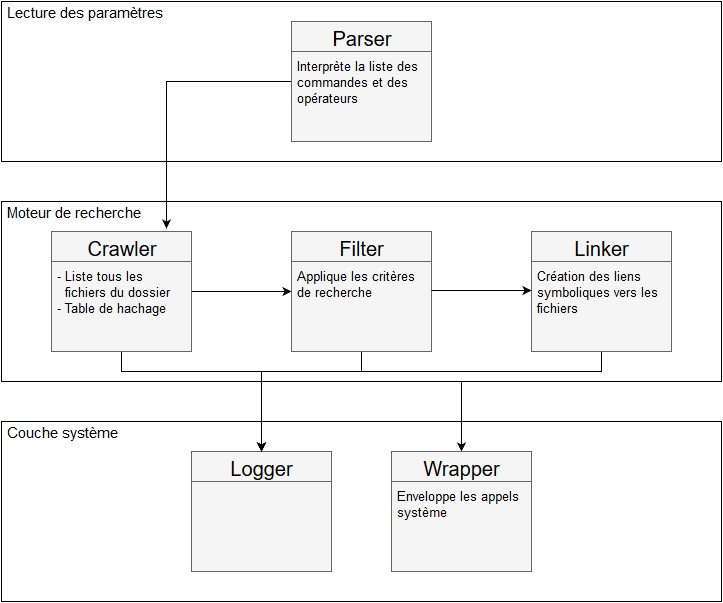
This is rapport/schemas/global.png from stevenliatti/smartfolder, a draw.io export, as it was before one commit. Source tidied: cells renumbered, new cells last; positions are measured from the earlier drawing's top-left corner, leaving out a move shared by most shapes. The source it was exported from:
```xml
<mxGraphModel background="#ffffff">
  <root>
    <mxCell id="0" />
    <mxCell id="1" parent="0" />
    <mxCell id="2" style="whiteSpace=wrap;html=1;spacing=2;" parent="1" vertex="1">
      <mxGeometry y="420" width="720" height="180" as="geometry" />
    </mxCell>
    <mxCell id="3" style="edgeStyle=orthogonalEdgeStyle;rounded=0;html=1;exitX=0.75;exitY=1;jettySize=auto;fontSize=15;" parent="1" edge="1" source="4" target="22">
      <mxGeometry relative="1" as="geometry">
        <Array as="points">
          <mxPoint x="460" y="380" />
        </Array>
      </mxGeometry>
    </mxCell>
    <mxCell id="4" style="whiteSpace=wrap;html=1;spacing=2;" parent="1" vertex="1">
      <mxGeometry y="200" width="720" height="180" as="geometry" />
    </mxCell>
    <mxCell id="5" value="Moteur de recherche&lt;br&gt;" style="text;html=1;align=left;verticalAlign=top;spacingTop=-4;points=[];spacing=4;spacingRight=0;spacingLeft=2;fontSize=15;" parent="1" vertex="1">
      <mxGeometry y="200" width="160" height="30" as="geometry" />
    </mxCell>
    <mxCell id="6" style="whiteSpace=wrap;html=1;spacing=2;" parent="1" vertex="1">
      <mxGeometry width="720" height="160" as="geometry" />
    </mxCell>
    <mxCell id="7" style="edgeStyle=orthogonalEdgeStyle;rounded=0;html=1;exitX=0;exitY=0.5;entryX=1.031;entryY=0.9;entryPerimeter=0;jettySize=auto;fontSize=13;" parent="1" edge="1" source="8" target="5">
      <mxGeometry relative="1" as="geometry" />
    </mxCell>
    <mxCell id="8" value="Parser" style="whiteSpace=wrap;html=1;fontSize=20;verticalAlign=top;labelBorderColor=none;fillColor=#f5f5f5;strokeColor=#666666;" parent="1" vertex="1">
      <mxGeometry x="290" y="20" width="140" height="120" as="geometry" />
    </mxCell>
    <mxCell id="9" style="line;strokeWidth=1;html=1;fontSize=20;spacing=2;spacingTop=8;fillColor=#f5f5f5;strokeColor=#666666;" parent="1" vertex="1">
      <mxGeometry x="290" y="45" width="140" height="10" as="geometry" />
    </mxCell>
    <mxCell id="10" style="edgeStyle=orthogonalEdgeStyle;rounded=0;html=1;exitX=1;exitY=0.5;entryX=0;entryY=0.5;jettySize=auto;fontSize=15;" parent="1" edge="1" source="12" target="17">
      <mxGeometry relative="1" as="geometry" />
    </mxCell>
    <mxCell id="11" style="edgeStyle=orthogonalEdgeStyle;rounded=0;html=1;exitX=0.5;exitY=1;entryX=0.5;entryY=0;jettySize=auto;fontSize=15;" parent="1" edge="1" source="12" target="14">
      <mxGeometry relative="1" as="geometry">
        <Array as="points">
          <mxPoint x="120" y="370" />
          <mxPoint x="260" y="370" />
        </Array>
      </mxGeometry>
    </mxCell>
    <mxCell id="12" value="Crawler" style="whiteSpace=wrap;html=1;fontSize=20;verticalAlign=top;labelBorderColor=none;fillColor=#f5f5f5;strokeColor=#666666;" parent="1" vertex="1">
      <mxGeometry x="50" y="230" width="140" height="120" as="geometry" />
    </mxCell>
    <mxCell id="13" style="line;strokeWidth=1;html=1;fontSize=20;spacing=2;spacingTop=8;fillColor=#f5f5f5;strokeColor=#666666;" parent="1" vertex="1">
      <mxGeometry x="50" y="255" width="140" height="10" as="geometry" />
    </mxCell>
    <mxCell id="14" value="Logger" style="whiteSpace=wrap;html=1;fontSize=20;verticalAlign=top;labelBorderColor=none;fillColor=#f5f5f5;strokeColor=#666666;" parent="1" vertex="1">
      <mxGeometry x="190" y="450" width="140" height="120" as="geometry" />
    </mxCell>
    <mxCell id="15" style="line;strokeWidth=1;html=1;fontSize=20;spacing=2;spacingTop=8;fillColor=#f5f5f5;strokeColor=#666666;" parent="1" vertex="1">
      <mxGeometry x="190" y="475" width="140" height="10" as="geometry" />
    </mxCell>
    <mxCell id="16" style="edgeStyle=orthogonalEdgeStyle;rounded=0;html=1;exitX=0.5;exitY=1;jettySize=auto;fontSize=15;" parent="1" edge="1" source="17">
      <mxGeometry relative="1" as="geometry">
        <mxPoint x="260" y="450" as="targetPoint" />
        <Array as="points">
          <mxPoint x="360" y="370" />
          <mxPoint x="260" y="370" />
        </Array>
      </mxGeometry>
    </mxCell>
    <mxCell id="17" value="Filter" style="whiteSpace=wrap;html=1;fontSize=20;verticalAlign=top;labelBorderColor=none;fillColor=#f5f5f5;strokeColor=#666666;" parent="1" vertex="1">
      <mxGeometry x="290" y="230" width="140" height="120" as="geometry" />
    </mxCell>
    <mxCell id="18" style="line;strokeWidth=1;html=1;fontSize=20;spacing=2;spacingTop=8;fillColor=#f5f5f5;strokeColor=#666666;" parent="1" vertex="1">
      <mxGeometry x="290" y="255" width="140" height="10" as="geometry" />
    </mxCell>
    <mxCell id="19" style="edgeStyle=orthogonalEdgeStyle;rounded=0;html=1;exitX=0.5;exitY=1;jettySize=auto;fontSize=15;" parent="1" edge="1" source="20">
      <mxGeometry relative="1" as="geometry">
        <mxPoint x="260" y="450" as="targetPoint" />
        <Array as="points">
          <mxPoint x="600" y="370" />
          <mxPoint x="260" y="370" />
        </Array>
      </mxGeometry>
    </mxCell>
    <mxCell id="20" value="Linker" style="whiteSpace=wrap;html=1;fontSize=20;verticalAlign=top;labelBorderColor=none;fillColor=#f5f5f5;strokeColor=#666666;" parent="1" vertex="1">
      <mxGeometry x="530" y="230" width="140" height="120" as="geometry" />
    </mxCell>
    <mxCell id="21" style="line;strokeWidth=1;html=1;fontSize=20;spacing=2;spacingTop=8;fillColor=#f5f5f5;strokeColor=#666666;" parent="1" vertex="1">
      <mxGeometry x="530" y="255" width="140" height="10" as="geometry" />
    </mxCell>
    <mxCell id="22" value="Wrapper" style="whiteSpace=wrap;html=1;fontSize=20;verticalAlign=top;labelBorderColor=none;fillColor=#f5f5f5;strokeColor=#666666;" parent="1" vertex="1">
      <mxGeometry x="390" y="450" width="140" height="120" as="geometry" />
    </mxCell>
    <mxCell id="23" style="line;strokeWidth=1;html=1;fontSize=20;spacing=2;spacingTop=8;fillColor=#f5f5f5;strokeColor=#666666;" parent="1" vertex="1">
      <mxGeometry x="390" y="475" width="140" height="10" as="geometry" />
    </mxCell>
    <mxCell id="24" value="Lecture des paramètres&lt;br&gt;" style="text;html=1;align=left;verticalAlign=top;spacingTop=-4;spacing=4;spacingRight=0;spacingLeft=2;fontSize=15;" parent="1" vertex="1">
      <mxGeometry width="180" height="30" as="geometry" />
    </mxCell>
    <mxCell id="25" value="Couche système&lt;br&gt;" style="text;html=1;align=left;verticalAlign=top;spacingTop=-4;spacing=4;spacingRight=0;spacingLeft=2;fontSize=15;" parent="1" vertex="1">
      <mxGeometry y="420" width="140" height="30" as="geometry" />
    </mxCell>
    <mxCell id="26" style="edgeStyle=orthogonalEdgeStyle;rounded=0;html=1;exitX=1;exitY=0.5;entryX=0;entryY=0.5;jettySize=auto;orthogonalLoop=1;fontSize=15;" parent="1" edge="1">
      <mxGeometry x="470" y="329" as="geometry">
        <mxPoint x="430" y="289" as="sourcePoint" />
        <mxPoint x="530" y="289" as="targetPoint" />
        <Array as="points">
          <mxPoint x="490" y="289" />
          <mxPoint x="490" y="289" />
        </Array>
      </mxGeometry>
    </mxCell>
    <mxCell id="27" value="Enveloppe les appels&lt;br&gt;système&lt;br&gt;" style="text;html=1;align=left;verticalAlign=top;spacingTop=-4;spacing=4;spacingRight=0;spacingLeft=2;fontSize=13;" parent="1" vertex="1">
      <mxGeometry x="390" y="485" width="150" height="40" as="geometry" />
    </mxCell>
    <mxCell id="28" value="- Liste tous les&lt;br&gt;&amp;nbsp; fichiers du dossier&lt;br&gt;- Table de hachage&lt;br&gt;" style="text;html=1;align=left;verticalAlign=top;spacingTop=-4;spacing=4;spacingRight=0;spacingLeft=2;fontSize=13;" parent="1" vertex="1">
      <mxGeometry x="50" y="265" width="140" height="60" as="geometry" />
    </mxCell>
    <mxCell id="29" value="Applique les critères&lt;br&gt;de recherche&lt;br&gt;" style="text;html=1;align=left;verticalAlign=top;spacingTop=-4;spacing=4;spacingRight=0;spacingLeft=2;fontSize=13;" parent="1" vertex="1">
      <mxGeometry x="290" y="265" width="140" height="40" as="geometry" />
    </mxCell>
    <mxCell id="30" value="Création des liens&lt;br&gt;symboliques vers les&lt;br&gt;fichiers&lt;br&gt;" style="text;html=1;align=left;verticalAlign=top;spacingTop=-4;spacing=4;spacingRight=0;spacingLeft=2;fontSize=13;" parent="1" vertex="1">
      <mxGeometry x="530" y="265" width="150" height="60" as="geometry" />
    </mxCell>
    <mxCell id="31" value="Interprète la liste des &lt;br&gt;commandes et des &lt;br&gt;opérateurs&lt;br&gt;" style="text;html=1;align=left;verticalAlign=top;spacingTop=-4;spacing=4;spacingRight=0;spacingLeft=2;fontSize=13;" parent="1" vertex="1">
      <mxGeometry x="290" y="55" width="150" height="60" as="geometry" />
    </mxCell>
  </root>
</mxGraphModel>
```
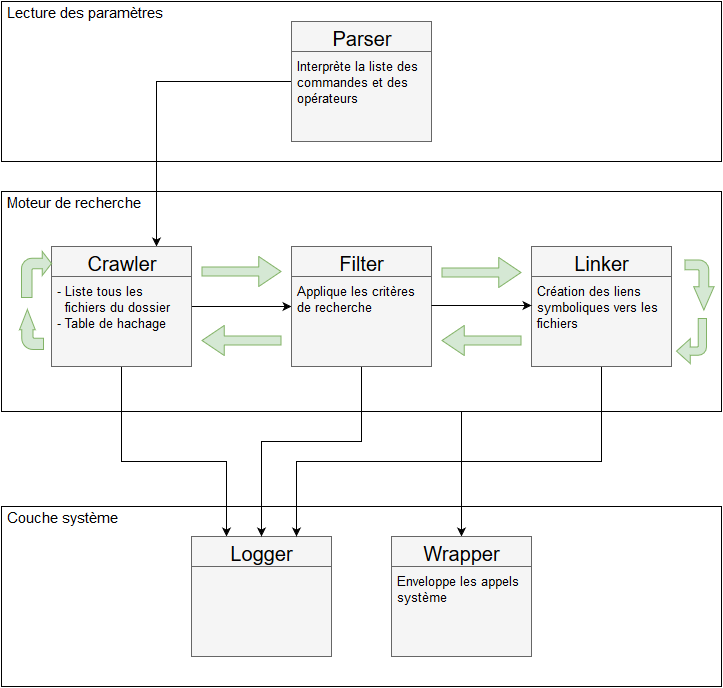
The same file after the commit.

The edit, as a diff of the source:
```diff
@@ -3,7 +3,7 @@
     <mxCell id="0" />
     <mxCell id="1" parent="0" />
     <mxCell id="2" style="whiteSpace=wrap;html=1;spacing=2;" parent="1" vertex="1">
-      <mxGeometry y="420" width="720" height="180" as="geometry" />
+      <mxGeometry y="505" width="720" height="180" as="geometry" />
     </mxCell>
     <mxCell id="3" style="edgeStyle=orthogonalEdgeStyle;rounded=0;html=1;exitX=0.75;exitY=1;jettySize=auto;fontSize=15;" parent="1" edge="1" source="4" target="22">
       <mxGeometry relative="1" as="geometry">
@@ -13,16 +13,20 @@
       </mxGeometry>
     </mxCell>
     <mxCell id="4" style="whiteSpace=wrap;html=1;spacing=2;" parent="1" vertex="1">
-      <mxGeometry y="200" width="720" height="180" as="geometry" />
+      <mxGeometry y="190" width="720" height="220" as="geometry" />
     </mxCell>
     <mxCell id="5" value="Moteur de recherche&lt;br&gt;" style="text;html=1;align=left;verticalAlign=top;spacingTop=-4;points=[];spacing=4;spacingRight=0;spacingLeft=2;fontSize=15;" parent="1" vertex="1">
-      <mxGeometry y="200" width="160" height="30" as="geometry" />
+      <mxGeometry y="190" width="160" height="30" as="geometry" />
     </mxCell>
     <mxCell id="6" style="whiteSpace=wrap;html=1;spacing=2;" parent="1" vertex="1">
       <mxGeometry width="720" height="160" as="geometry" />
     </mxCell>
-    <mxCell id="7" style="edgeStyle=orthogonalEdgeStyle;rounded=0;html=1;exitX=0;exitY=0.5;entryX=1.031;entryY=0.9;entryPerimeter=0;jettySize=auto;fontSize=13;" parent="1" edge="1" source="8" target="5">
-      <mxGeometry relative="1" as="geometry" />
+    <mxCell id="7" style="edgeStyle=orthogonalEdgeStyle;rounded=0;html=1;exitX=0;exitY=0.5;entryX=0.75;entryY=0;jettySize=auto;fontSize=13;" parent="1" edge="1" source="8" target="12">
+      <mxGeometry relative="1" as="geometry">
+        <Array as="points">
+          <mxPoint x="155" y="80" />
+        </Array>
+      </mxGeometry>
     </mxCell>
     <mxCell id="8" value="Parser" style="whiteSpace=wrap;html=1;fontSize=20;verticalAlign=top;labelBorderColor=none;fillColor=#f5f5f5;strokeColor=#666666;" parent="1" vertex="1">
       <mxGeometry x="290" y="20" width="140" height="120" as="geometry" />
@@ -33,92 +37,126 @@
     <mxCell id="10" style="edgeStyle=orthogonalEdgeStyle;rounded=0;html=1;exitX=1;exitY=0.5;entryX=0;entryY=0.5;jettySize=auto;fontSize=15;" parent="1" edge="1" source="12" target="17">
       <mxGeometry relative="1" as="geometry" />
     </mxCell>
-    <mxCell id="11" style="edgeStyle=orthogonalEdgeStyle;rounded=0;html=1;exitX=0.5;exitY=1;entryX=0.5;entryY=0;jettySize=auto;fontSize=15;" parent="1" edge="1" source="12" target="14">
+    <mxCell id="11" style="edgeStyle=orthogonalEdgeStyle;rounded=0;html=1;exitX=0.5;exitY=1;entryX=0.25;entryY=0;jettySize=auto;fontSize=13;" parent="1" edge="1" source="12" target="14">
       <mxGeometry relative="1" as="geometry">
         <Array as="points">
-          <mxPoint x="120" y="370" />
-          <mxPoint x="260" y="370" />
+          <mxPoint x="120" y="460" />
+          <mxPoint x="225" y="460" />
         </Array>
       </mxGeometry>
     </mxCell>
     <mxCell id="12" value="Crawler" style="whiteSpace=wrap;html=1;fontSize=20;verticalAlign=top;labelBorderColor=none;fillColor=#f5f5f5;strokeColor=#666666;" parent="1" vertex="1">
-      <mxGeometry x="50" y="230" width="140" height="120" as="geometry" />
+      <mxGeometry x="50" y="245" width="140" height="120" as="geometry" />
     </mxCell>
     <mxCell id="13" style="line;strokeWidth=1;html=1;fontSize=20;spacing=2;spacingTop=8;fillColor=#f5f5f5;strokeColor=#666666;" parent="1" vertex="1">
-      <mxGeometry x="50" y="255" width="140" height="10" as="geometry" />
+      <mxGeometry x="50" y="270" width="140" height="10" as="geometry" />
     </mxCell>
     <mxCell id="14" value="Logger" style="whiteSpace=wrap;html=1;fontSize=20;verticalAlign=top;labelBorderColor=none;fillColor=#f5f5f5;strokeColor=#666666;" parent="1" vertex="1">
-      <mxGeometry x="190" y="450" width="140" height="120" as="geometry" />
+      <mxGeometry x="190" y="535" width="140" height="120" as="geometry" />
     </mxCell>
     <mxCell id="15" style="line;strokeWidth=1;html=1;fontSize=20;spacing=2;spacingTop=8;fillColor=#f5f5f5;strokeColor=#666666;" parent="1" vertex="1">
-      <mxGeometry x="190" y="475" width="140" height="10" as="geometry" />
+      <mxGeometry x="190" y="560" width="140" height="10" as="geometry" />
     </mxCell>
-    <mxCell id="16" style="edgeStyle=orthogonalEdgeStyle;rounded=0;html=1;exitX=0.5;exitY=1;jettySize=auto;fontSize=15;" parent="1" edge="1" source="17">
-      <mxGeometry relative="1" as="geometry">
-        <mxPoint x="260" y="450" as="targetPoint" />
-        <Array as="points">
-          <mxPoint x="360" y="370" />
-          <mxPoint x="260" y="370" />
-        </Array>
-      </mxGeometry>
-    </mxCell>
+    <mxCell id="32" style="edgeStyle=orthogonalEdgeStyle;rounded=0;html=1;exitX=0.5;exitY=1;entryX=0.5;entryY=0;jettySize=auto;fontSize=13;" parent="1" edge="1" source="17" target="14">
+      <mxGeometry relative="1" as="geometry">
+        <Array as="points">
+          <mxPoint x="360" y="440" />
+          <mxPoint x="260" y="440" />
+        </Array>
+      </mxGeometry>
+    </mxCell>
     <mxCell id="17" value="Filter" style="whiteSpace=wrap;html=1;fontSize=20;verticalAlign=top;labelBorderColor=none;fillColor=#f5f5f5;strokeColor=#666666;" parent="1" vertex="1">
-      <mxGeometry x="290" y="230" width="140" height="120" as="geometry" />
+      <mxGeometry x="290" y="245" width="140" height="120" as="geometry" />
     </mxCell>
     <mxCell id="18" style="line;strokeWidth=1;html=1;fontSize=20;spacing=2;spacingTop=8;fillColor=#f5f5f5;strokeColor=#666666;" parent="1" vertex="1">
-      <mxGeometry x="290" y="255" width="140" height="10" as="geometry" />
+      <mxGeometry x="290" y="270" width="140" height="10" as="geometry" />
     </mxCell>
-    <mxCell id="19" style="edgeStyle=orthogonalEdgeStyle;rounded=0;html=1;exitX=0.5;exitY=1;jettySize=auto;fontSize=15;" parent="1" edge="1" source="20">
-      <mxGeometry relative="1" as="geometry">
-        <mxPoint x="260" y="450" as="targetPoint" />
-        <Array as="points">
-          <mxPoint x="600" y="370" />
-          <mxPoint x="260" y="370" />
-        </Array>
-      </mxGeometry>
-    </mxCell>
+    <mxCell id="33" style="edgeStyle=orthogonalEdgeStyle;rounded=0;html=1;exitX=0.5;exitY=1;entryX=0.75;entryY=0;jettySize=auto;fontSize=13;" parent="1" edge="1" source="20" target="14">
+      <mxGeometry relative="1" as="geometry">
+        <Array as="points">
+          <mxPoint x="600" y="460" />
+          <mxPoint x="295" y="460" />
+        </Array>
+      </mxGeometry>
+    </mxCell>
     <mxCell id="20" value="Linker" style="whiteSpace=wrap;html=1;fontSize=20;verticalAlign=top;labelBorderColor=none;fillColor=#f5f5f5;strokeColor=#666666;" parent="1" vertex="1">
-      <mxGeometry x="530" y="230" width="140" height="120" as="geometry" />
+      <mxGeometry x="530" y="245" width="140" height="120" as="geometry" />
     </mxCell>
     <mxCell id="21" style="line;strokeWidth=1;html=1;fontSize=20;spacing=2;spacingTop=8;fillColor=#f5f5f5;strokeColor=#666666;" parent="1" vertex="1">
-      <mxGeometry x="530" y="255" width="140" height="10" as="geometry" />
+      <mxGeometry x="530" y="270" width="140" height="10" as="geometry" />
     </mxCell>
     <mxCell id="22" value="Wrapper" style="whiteSpace=wrap;html=1;fontSize=20;verticalAlign=top;labelBorderColor=none;fillColor=#f5f5f5;strokeColor=#666666;" parent="1" vertex="1">
-      <mxGeometry x="390" y="450" width="140" height="120" as="geometry" />
+      <mxGeometry x="390" y="535" width="140" height="120" as="geometry" />
     </mxCell>
     <mxCell id="23" style="line;strokeWidth=1;html=1;fontSize=20;spacing=2;spacingTop=8;fillColor=#f5f5f5;strokeColor=#666666;" parent="1" vertex="1">
-      <mxGeometry x="390" y="475" width="140" height="10" as="geometry" />
+      <mxGeometry x="390" y="560" width="140" height="10" as="geometry" />
     </mxCell>
     <mxCell id="24" value="Lecture des paramètres&lt;br&gt;" style="text;html=1;align=left;verticalAlign=top;spacingTop=-4;spacing=4;spacingRight=0;spacingLeft=2;fontSize=15;" parent="1" vertex="1">
       <mxGeometry width="180" height="30" as="geometry" />
     </mxCell>
     <mxCell id="25" value="Couche système&lt;br&gt;" style="text;html=1;align=left;verticalAlign=top;spacingTop=-4;spacing=4;spacingRight=0;spacingLeft=2;fontSize=15;" parent="1" vertex="1">
-      <mxGeometry y="420" width="140" height="30" as="geometry" />
+      <mxGeometry y="505" width="140" height="30" as="geometry" />
     </mxCell>
     <mxCell id="26" style="edgeStyle=orthogonalEdgeStyle;rounded=0;html=1;exitX=1;exitY=0.5;entryX=0;entryY=0.5;jettySize=auto;orthogonalLoop=1;fontSize=15;" parent="1" edge="1">
-      <mxGeometry x="470" y="329" as="geometry">
-        <mxPoint x="430" y="289" as="sourcePoint" />
-        <mxPoint x="530" y="289" as="targetPoint" />
+      <mxGeometry x="470" y="344" as="geometry">
+        <mxPoint x="430" y="304" as="sourcePoint" />
+        <mxPoint x="530" y="304" as="targetPoint" />
         <Array as="points">
-          <mxPoint x="490" y="289" />
-          <mxPoint x="490" y="289" />
+          <mxPoint x="490" y="304" />
+          <mxPoint x="490" y="304" />
         </Array>
       </mxGeometry>
     </mxCell>
     <mxCell id="27" value="Enveloppe les appels&lt;br&gt;système&lt;br&gt;" style="text;html=1;align=left;verticalAlign=top;spacingTop=-4;spacing=4;spacingRight=0;spacingLeft=2;fontSize=13;" parent="1" vertex="1">
-      <mxGeometry x="390" y="485" width="150" height="40" as="geometry" />
+      <mxGeometry x="390" y="570" width="150" height="40" as="geometry" />
     </mxCell>
     <mxCell id="28" value="- Liste tous les&lt;br&gt;&amp;nbsp; fichiers du dossier&lt;br&gt;- Table de hachage&lt;br&gt;" style="text;html=1;align=left;verticalAlign=top;spacingTop=-4;spacing=4;spacingRight=0;spacingLeft=2;fontSize=13;" parent="1" vertex="1">
-      <mxGeometry x="50" y="265" width="140" height="60" as="geometry" />
+      <mxGeometry x="50" y="280" width="140" height="60" as="geometry" />
     </mxCell>
     <mxCell id="29" value="Applique les critères&lt;br&gt;de recherche&lt;br&gt;" style="text;html=1;align=left;verticalAlign=top;spacingTop=-4;spacing=4;spacingRight=0;spacingLeft=2;fontSize=13;" parent="1" vertex="1">
-      <mxGeometry x="290" y="265" width="140" height="40" as="geometry" />
+      <mxGeometry x="290" y="280" width="140" height="40" as="geometry" />
     </mxCell>
     <mxCell id="30" value="Création des liens&lt;br&gt;symboliques vers les&lt;br&gt;fichiers&lt;br&gt;" style="text;html=1;align=left;verticalAlign=top;spacingTop=-4;spacing=4;spacingRight=0;spacingLeft=2;fontSize=13;" parent="1" vertex="1">
-      <mxGeometry x="530" y="265" width="150" height="60" as="geometry" />
+      <mxGeometry x="530" y="280" width="150" height="60" as="geometry" />
     </mxCell>
     <mxCell id="31" value="Interprète la liste des &lt;br&gt;commandes et des &lt;br&gt;opérateurs&lt;br&gt;" style="text;html=1;align=left;verticalAlign=top;spacingTop=-4;spacing=4;spacingRight=0;spacingLeft=2;fontSize=13;" parent="1" vertex="1">
       <mxGeometry x="290" y="55" width="150" height="60" as="geometry" />
     </mxCell>
+    <mxCell id="34" style="shape=flexArrow;endArrow=classic;html=1;fillColor=#d5e8d4;fontSize=13;width=9;endSize=7.08;startSize=6;strokeColor=#82b366;" parent="1" edge="1">
+      <mxGeometry relative="1" as="geometry">
+        <mxPoint x="200" y="270" as="sourcePoint" />
+        <mxPoint x="280" y="270" as="targetPoint" />
+      </mxGeometry>
+    </mxCell>
+    <mxCell id="35" style="shape=flexArrow;endArrow=classic;html=1;fillColor=#d5e8d4;fontSize=13;width=9;endSize=7.08;startSize=6;strokeColor=#82b366;" parent="1" edge="1">
+      <mxGeometry relative="1" as="geometry">
+        <mxPoint x="440" y="271" as="sourcePoint" />
+        <mxPoint x="520" y="271" as="targetPoint" />
+      </mxGeometry>
+    </mxCell>
+    <mxCell id="36" style="html=1;shadow=0;dashed=0;align=center;verticalAlign=middle;shape=mxgraph.arrows2.bendArrow;dy=4.13;dx=13.75;notch=0;arrowHead=24.75;rounded=1;strokeWidth=1;fontSize=13;fillColor=#d5e8d4;strokeColor=#82b366;rotation=180;" parent="1" vertex="1">
+      <mxGeometry x="675" y="317" width="30" height="45" as="geometry" />
+    </mxCell>
+    <mxCell id="37" style="html=1;shadow=0;dashed=0;align=center;verticalAlign=middle;shape=mxgraph.arrows2.bendArrow;dy=4.88;dx=23.25;notch=0;arrowHead=20.25;rounded=1;strokeWidth=1;fontSize=13;fillColor=#d5e8d4;strokeColor=#82b366;rotation=90;" parent="1" vertex="1">
+      <mxGeometry x="673" y="269" width="50" height="29" as="geometry" />
+    </mxCell>
+    <mxCell id="38" style="shape=flexArrow;endArrow=classic;html=1;fillColor=#d5e8d4;fontSize=13;width=9;endSize=7.08;startSize=6;strokeColor=#82b366;" parent="1" edge="1">
+      <mxGeometry relative="1" as="geometry">
+        <mxPoint x="520" y="339" as="sourcePoint" />
+        <mxPoint x="440" y="339" as="targetPoint" />
+      </mxGeometry>
+    </mxCell>
+    <mxCell id="39" style="shape=flexArrow;endArrow=classic;html=1;fillColor=#d5e8d4;fontSize=13;width=9;endSize=7.08;startSize=6;strokeColor=#82b366;" parent="1" edge="1">
+      <mxGeometry relative="1" as="geometry">
+        <mxPoint x="280" y="339" as="sourcePoint" />
+        <mxPoint x="200" y="339" as="targetPoint" />
+      </mxGeometry>
+    </mxCell>
+    <mxCell id="40" style="html=1;shadow=0;dashed=0;align=center;verticalAlign=middle;shape=mxgraph.arrows2.bendArrow;dy=5.25;dx=9.25;notch=0;arrowHead=24;rounded=1;strokeWidth=1;fontSize=13;fillColor=#d5e8d4;strokeColor=#82b366;rotation=0;" parent="1" vertex="1">
+      <mxGeometry x="20" y="250" width="30" height="46" as="geometry" />
+    </mxCell>
+    <mxCell id="41" style="html=1;shadow=0;dashed=0;align=center;verticalAlign=middle;shape=mxgraph.arrows2.bendArrow;dy=5.63;dx=20.25;notch=0;arrowHead=15.75;rounded=1;strokeWidth=1;fontSize=13;fillColor=#d5e8d4;strokeColor=#82b366;rotation=-90;" parent="1" vertex="1">
+      <mxGeometry x="10" y="316" width="40" height="24" as="geometry" />
+    </mxCell>
   </root>
 </mxGraphModel>
```
